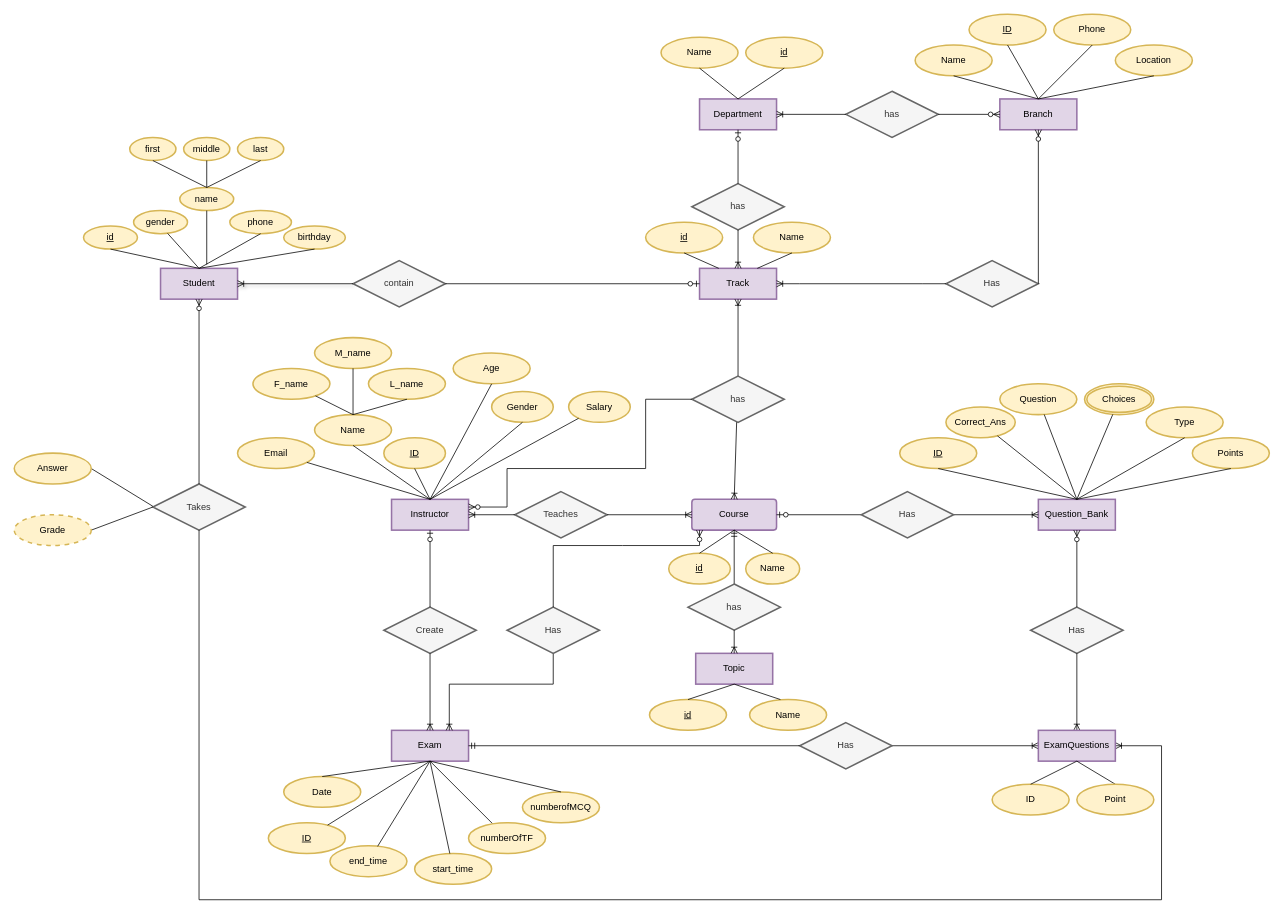
Earlier version of the draw.io diagram OnlineExaminationSystem.drawio (aya-abdelmageed/OnlineExaminationSystem). Source tidied: cells renumbered, new cells numbered last; positions are measured from the earlier drawing's top-left corner, leaving out a move shared by most shapes. Both pictures are drawn from the tidied source at 77%, with x=0, y=0 at pixel (14, 14).
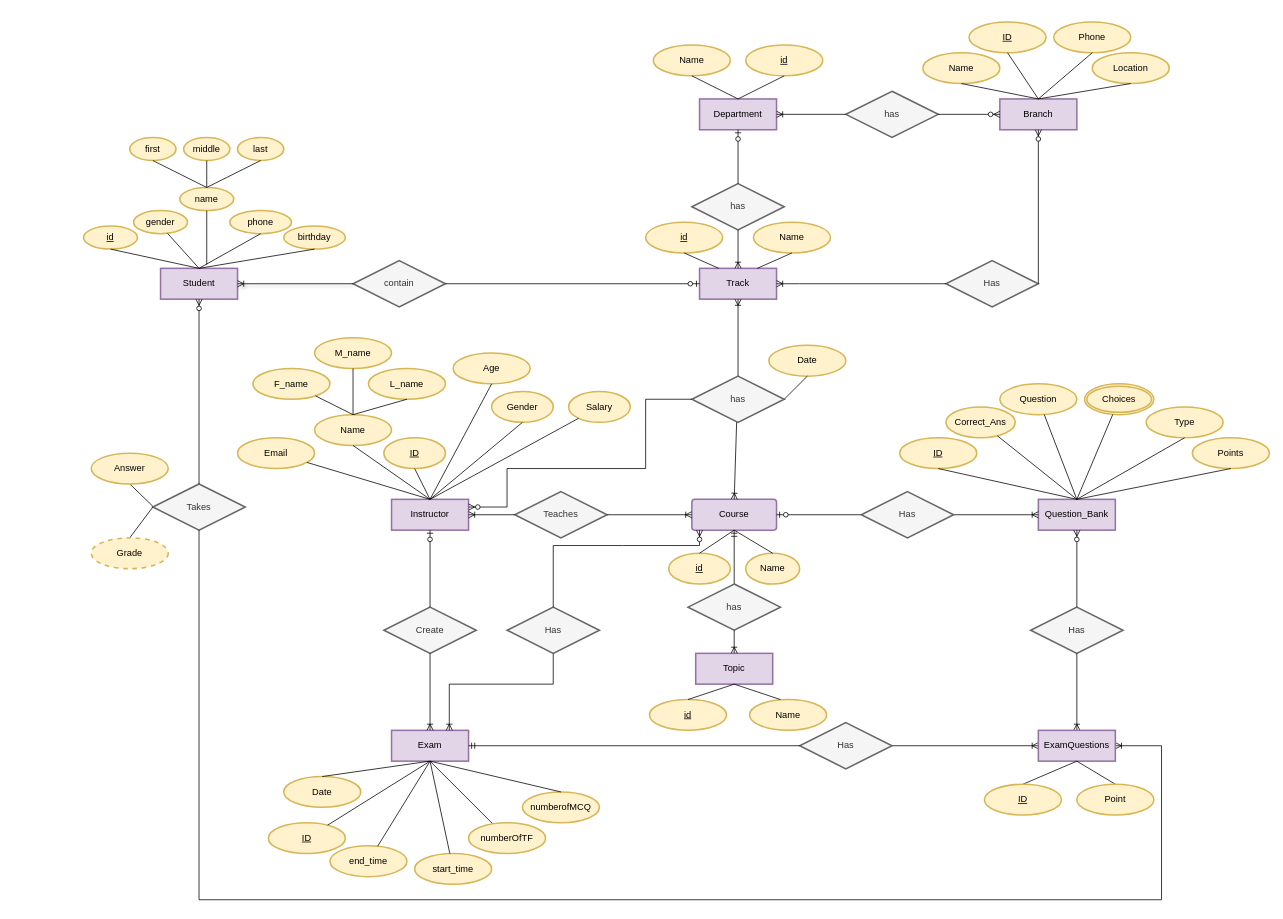
The same diagram, later.

The change refers to these unchanged cells:
```xml
<mxCell id="69" value="has" style="shape=rhombus;perimeter=rhombusPerimeter;whiteSpace=wrap;html=1;align=center;fillColor=#f5f5f5;fontColor=#333333;strokeColor=#666666;strokeWidth=2;" parent="1" vertex="1">
  <mxGeometry x="880" y="470" width="120" height="60" as="geometry" />
</mxCell>
<mxCell id="113" value="Takes" style="shape=rhombus;perimeter=rhombusPerimeter;whiteSpace=wrap;html=1;align=center;fillColor=#f5f5f5;fontColor=#333333;strokeColor=#666666;strokeWidth=2;" parent="1" vertex="1">
  <mxGeometry x="180" y="610" width="120" height="60" as="geometry" />
</mxCell>
<mxCell id="133" value="ExamQuestions" style="whiteSpace=wrap;html=1;align=center;fillColor=#e1d5e7;strokeColor=#9673a6;strokeWidth=2;" parent="1" vertex="1">
  <mxGeometry x="1330" y="930" width="100" height="40" as="geometry" />
</mxCell>
```

What changed in the source:
```diff
@@
     <mxCell id="2" value="Name" style="ellipse;whiteSpace=wrap;html=1;align=center;fillColor=#fff2cc;strokeColor=#d6b656;strokeWidth=2;" parent="1" vertex="1">
-      <mxGeometry x="840" y="30" width="100" height="40" as="geometry" />
+      <mxGeometry x="830" y="40" width="100" height="40" as="geometry" />
     </mxCell>
     <mxCell id="3" value="id" style="ellipse;whiteSpace=wrap;html=1;align=center;fontStyle=4;fillColor=#fff2cc;strokeColor=#d6b656;strokeWidth=2;" parent="1" vertex="1">
-      <mxGeometry x="950" y="30" width="100" height="40" as="geometry" />
+      <mxGeometry x="950" y="40" width="100" height="40" as="geometry" />
     </mxCell>
@@
     <mxCell id="99" value="Name" style="ellipse;whiteSpace=wrap;html=1;align=center;fillColor=#fff2cc;strokeColor=#d6b656;strokeWidth=2;" parent="1" vertex="1">
-      <mxGeometry x="1170" y="40" width="100" height="40" as="geometry" />
+      <mxGeometry x="1180" y="50" width="100" height="40" as="geometry" />
     </mxCell>
     <mxCell id="100" value="ID" style="ellipse;whiteSpace=wrap;html=1;align=center;fontStyle=4;fillColor=#fff2cc;strokeColor=#d6b656;strokeWidth=2;" parent="1" vertex="1">
-      <mxGeometry x="1240" width="100" height="40" as="geometry" />
+      <mxGeometry x="1240" y="10" width="100" height="40" as="geometry" />
     </mxCell>
@@
     <mxCell id="103" value="Location" style="ellipse;whiteSpace=wrap;html=1;align=center;fillColor=#fff2cc;strokeColor=#d6b656;strokeWidth=2;" parent="1" vertex="1">
-      <mxGeometry x="1430" y="40" width="100" height="40" as="geometry" />
+      <mxGeometry x="1400" y="50" width="100" height="40" as="geometry" />
     </mxCell>
@@
     <mxCell id="105" value="Phone" style="ellipse;whiteSpace=wrap;html=1;align=center;fillColor=#fff2cc;strokeColor=#d6b656;strokeWidth=2;" parent="1" vertex="1">
-      <mxGeometry x="1350" width="100" height="40" as="geometry" />
+      <mxGeometry x="1350" y="10" width="100" height="40" as="geometry" />
     </mxCell>
@@
-    <mxCell id="123" style="endArrow=none;html=1;rounded=0;exitX=1;exitY=0.5;exitDx=0;exitDy=0;" parent="1" edge="1" source="124">
+    <mxCell id="123" style="endArrow=none;html=1;rounded=0;exitX=0.5;exitY=1;exitDx=0;exitDy=0;" parent="1" edge="1" source="124">
       <mxGeometry relative="1" as="geometry">
         <mxPoint x="180" y="639" as="targetPoint" />
       </mxGeometry>
     </mxCell>
     <mxCell id="124" value="Answer" style="ellipse;whiteSpace=wrap;html=1;align=center;fillColor=#fff2cc;strokeColor=#d6b656;strokeWidth=2;" parent="1" vertex="1">
-      <mxGeometry y="570" width="100" height="40" as="geometry" />
+      <mxGeometry x="100" y="570" width="100" height="40" as="geometry" />
     </mxCell>
-    <mxCell id="125" style="endArrow=none;html=1;rounded=0;entryX=0;entryY=0.5;entryDx=0;entryDy=0;exitX=1;exitY=0.5;exitDx=0;exitDy=0;" parent="1" edge="1" target="113">
-      <mxGeometry relative="1" as="geometry">
-        <mxPoint x="100" y="670" as="sourcePoint" />
-      </mxGeometry>
+    <mxCell id="125" style="endArrow=none;html=1;rounded=0;entryX=0;entryY=0.5;entryDx=0;entryDy=0;exitX=0.5;exitY=0;exitDx=0;exitDy=0;" parent="1" edge="1" source="140" target="113">
+      <mxGeometry relative="1" as="geometry" />
     </mxCell>
@@
     <mxCell id="140" value="Grade" style="ellipse;whiteSpace=wrap;html=1;align=center;dashed=1;fillColor=#fff2cc;strokeColor=#d6b656;strokeWidth=2;" parent="1" vertex="1">
-      <mxGeometry y="650" width="100" height="40" as="geometry" />
+      <mxGeometry x="100" y="680" width="100" height="40" as="geometry" />
     </mxCell>
@@
+    <mxCell id="143" style="endArrow=none;html=1;rounded=0;entryX=0.5;entryY=1;entryDx=0;entryDy=0;exitX=0.5;exitY=0;exitDx=0;exitDy=0;" parent="1" edge="1" source="142" target="133">
+      <mxGeometry relative="1" as="geometry" />
+    </mxCell>
-    <mxCell id="142" value="ID" style="ellipse;whiteSpace=wrap;html=1;align=center;fillColor=#fff2cc;strokeColor=#d6b656;strokeWidth=2;" parent="1" vertex="1">
-      <mxGeometry x="1270" y="1000" width="100" height="40" as="geometry" />
+    <mxCell id="142" value="ID" style="ellipse;whiteSpace=wrap;html=1;align=center;fontStyle=4;fillColor=#fff2cc;strokeColor=#d6b656;strokeWidth=2;" parent="1" vertex="1">
+      <mxGeometry x="1260" y="1000" width="100" height="40" as="geometry" />
     </mxCell>
-    <mxCell id="143" style="endArrow=none;html=1;rounded=0;entryX=0.5;entryY=1;entryDx=0;entryDy=0;exitX=0.5;exitY=0;exitDx=0;exitDy=0;" parent="1" edge="1" source="142" target="133">
-      <mxGeometry relative="1" as="geometry" />
-    </mxCell>
+    <mxCell id="144" value="Date" style="ellipse;whiteSpace=wrap;html=1;align=center;fillColor=#fff2cc;strokeColor=#d6b656;strokeWidth=2;" parent="1" vertex="1">
+      <mxGeometry x="980" y="430" width="100" height="40" as="geometry" />
+    </mxCell>
+    <mxCell id="145" style="endArrow=none;html=1;rounded=0;entryX=0.5;entryY=1;entryDx=0;entryDy=0;exitX=1;exitY=0.5;exitDx=0;exitDy=0;" parent="1" edge="1" source="69" target="144">
+      <mxGeometry relative="1" as="geometry" />
+    </mxCell>
```
